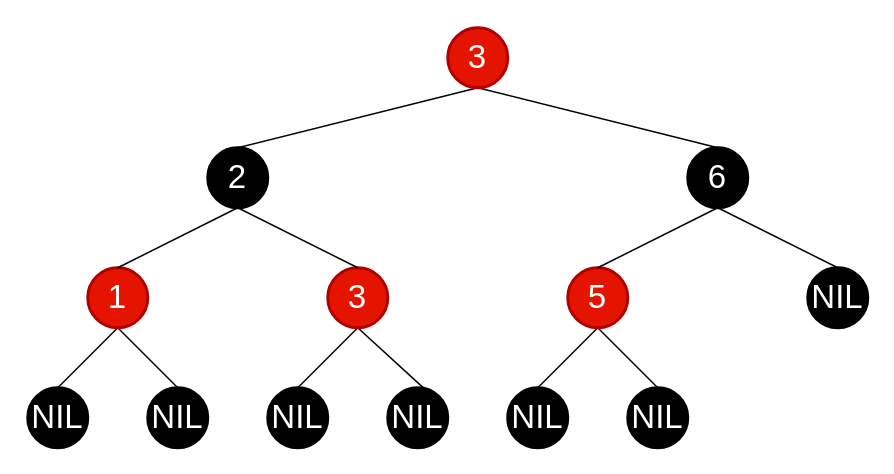
This is 数据结构与算法/数据结构/image/红黑树示例.drawio from CunYu/study-note, a draw.io file, before an edit. Source tidied: cells renumbered, new cells numbered last; positions are measured from the earlier drawing's top-left corner, leaving out a move shared by most shapes. Both pictures are drawn from the tidied source at 150%, with x=0, y=0 at pixel (27, 27).
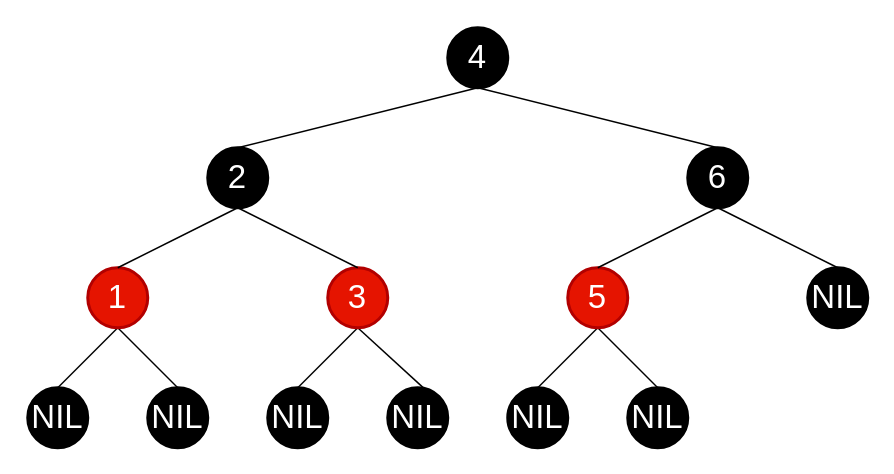
The same diagram, later.

Commit message (it also covers changes not shown here):
Spring-AOP介绍文档，B树文档优化，红黑树示例图片优化。

Change to the diagram source:
```diff
@@
-    <mxCell id="25" value="3" style="ellipse;whiteSpace=wrap;html=1;strokeWidth=2;fontSize=22;fillColor=#e51400;strokeColor=#B20000;fontColor=#ffffff;" parent="1" vertex="1">
+    <mxCell id="25" value="4" style="ellipse;whiteSpace=wrap;html=1;strokeWidth=2;fontSize=22;fillColor=#000000;strokeColor=#000000;fontColor=#ffffff;" parent="1" vertex="1">
       <mxGeometry x="280" width="40" height="40" as="geometry" />
     </mxCell>
```
